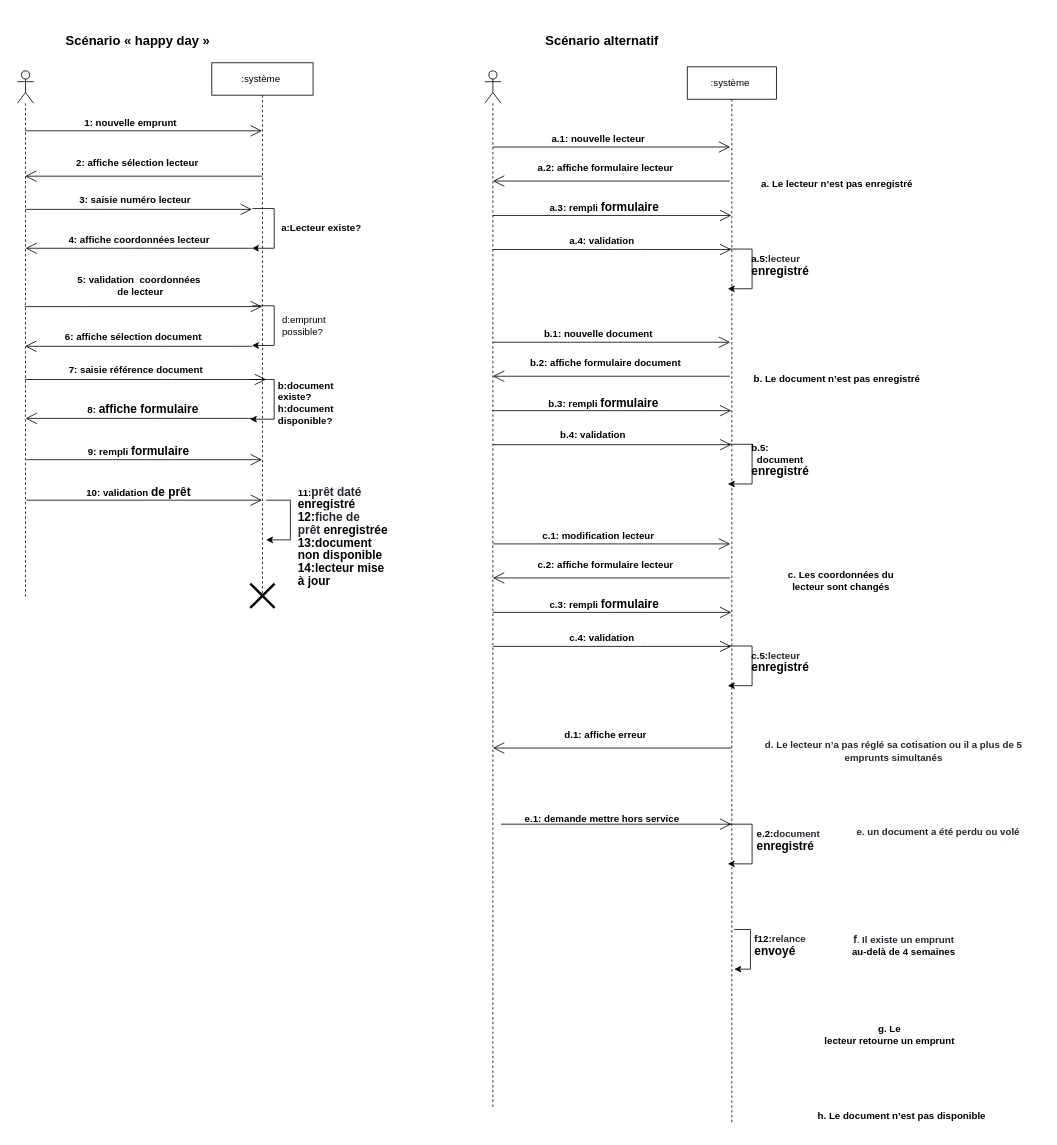
Earlier version of the draw.io diagram CDA/UML/Bibliothèque municipale/Diagramme de séquence système.drawio (BehzadNekouei/Git-mon-depot-distant). Source tidied: cells renumbered, new cells numbered last; positions are measured from the earlier drawing's top-left corner, leaving out a move shared by most shapes. Both pictures are drawn from the tidied source at 81%, with x=0, y=0 at pixel (17, 22).
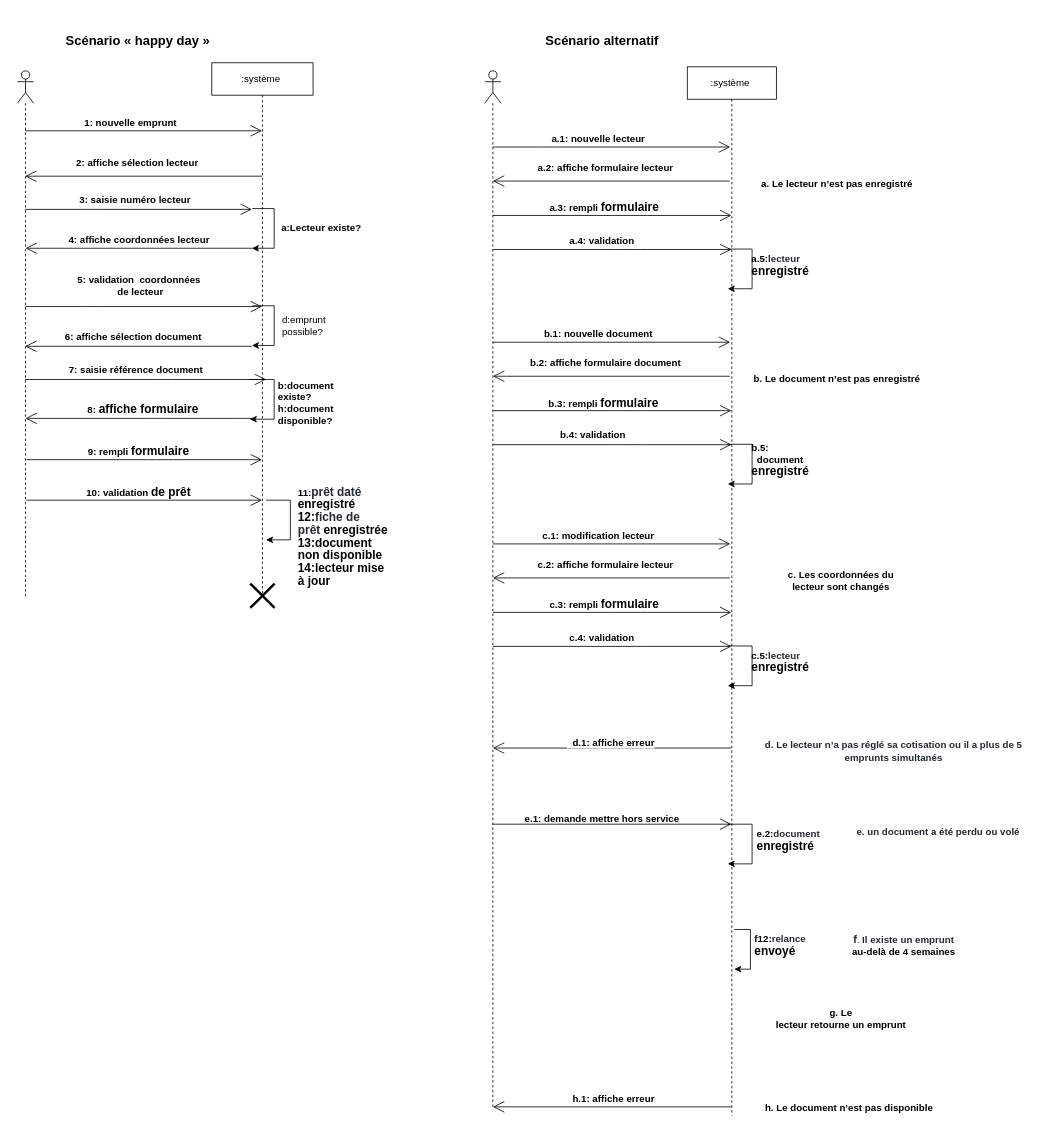
The same diagram, later.

Commit message (it also covers changes not shown here):
diagram activite added to UML folder

Unchanged cells that the change refers to:
```xml
<mxCell id="36" style="shape=umlLifeline;participant=umlActor;perimeter=lifelinePerimeter;whiteSpace=wrap;html=1;verticalAlign=top;spacingTop=36;outlineConnect=0;" parent="1" vertex="1">
  <mxGeometry x="577" y="60" width="20" height="1280" as="geometry" />
</mxCell>
```

What changed in the source:
```diff
@@
     <mxCell id="37" value=":système&amp;nbsp;" style="shape=umlLifeline;perimeter=lifelinePerimeter;whiteSpace=wrap;html=1;outlineConnect=0;size=40;" parent="1" vertex="1">
-      <mxGeometry x="827" y="55" width="110" height="1305" as="geometry" />
+      <mxGeometry x="827" y="55" width="110" height="1295" as="geometry" />
     </mxCell>
@@
-    <mxCell id="73" value="&lt;span style=&quot;background-color: rgb(255 , 255 , 255)&quot;&gt;&lt;b&gt;&lt;font style=&quot;font-size: 12px&quot;&gt;&amp;nbsp; d.1: affiche erreur&lt;/font&gt;&lt;/b&gt;&lt;/span&gt;" style="text;html=1;strokeColor=none;fillColor=none;align=center;verticalAlign=middle;whiteSpace=wrap;rounded=0;" parent="1" vertex="1">
-      <mxGeometry x="617.5" y="870" width="210" height="20" as="geometry" />
+    <mxCell id="73" value="&lt;span style=&quot;background-color: rgb(255 , 255 , 255)&quot;&gt;&lt;b&gt;&lt;font style=&quot;font-size: 12px&quot;&gt;&amp;nbsp; h.1: affiche erreur&lt;/font&gt;&lt;/b&gt;&lt;/span&gt;" style="text;html=1;strokeColor=none;fillColor=none;align=center;verticalAlign=middle;whiteSpace=wrap;rounded=0;" parent="1" vertex="1">
+      <mxGeometry x="627.5" y="1320" width="210" height="20" as="geometry" />
     </mxCell>
@@
-    <mxCell id="76" style="endArrow=open;endFill=1;endSize=12;html=1;" parent="1" edge="1" target="37">
+    <mxCell id="76" style="endArrow=open;endFill=1;endSize=12;html=1;" parent="1" edge="1" source="36" target="37">
       <mxGeometry relative="1" as="geometry">
-        <mxPoint x="597" y="990" as="sourcePoint" />
         <Array as="points">
           <mxPoint x="667.5" y="990" />
         </Array>
       </mxGeometry>
     </mxCell>
@@
     <mxCell id="82" value="&lt;p class=&quot;MsoNormal&quot;&gt;&lt;b&gt;&lt;span style=&quot;font-size: 9pt ; line-height: 107% ; font-family: &amp;#34;helvetica&amp;#34; , sans-serif&quot;&gt;h.&lt;/span&gt;&lt;/b&gt;&lt;b&gt; Le document n’est pas disponible&lt;/b&gt;&lt;/p&gt;" style="text;html=1;strokeColor=none;fillColor=none;align=center;verticalAlign=middle;whiteSpace=wrap;rounded=0;" parent="1" vertex="1">
-      <mxGeometry x="937" y="1340" width="310" height="20" as="geometry" />
+      <mxGeometry x="872" y="1330" width="310" height="20" as="geometry" />
     </mxCell>
     <mxCell id="83" value="&lt;p class=&quot;MsoNormal&quot;&gt;&lt;b&gt;g. Le&lt;br/&gt;lecteur retourne un emprunt&lt;/b&gt;&lt;/p&gt;" style="text;html=1;strokeColor=none;fillColor=none;align=center;verticalAlign=middle;whiteSpace=wrap;rounded=0;" parent="1" vertex="1">
-      <mxGeometry x="937" y="1240" width="280" height="20" as="geometry" />
+      <mxGeometry x="877" y="1220" width="280" height="20" as="geometry" />
     </mxCell>
@@
+    <mxCell id="85" style="endArrow=open;endFill=1;endSize=12;html=1;" parent="1" edge="1">
+      <mxGeometry relative="1" as="geometry">
+        <mxPoint x="881.5" y="1339" as="sourcePoint" />
+        <mxPoint x="587" y="1339" as="targetPoint" />
+      </mxGeometry>
+    </mxCell>
+    <mxCell id="86" value="&lt;span style=&quot;background-color: rgb(255 , 255 , 255)&quot;&gt;&lt;b&gt;&lt;font style=&quot;font-size: 12px&quot;&gt;&amp;nbsp; d.1: affiche erreur&lt;/font&gt;&lt;/b&gt;&lt;/span&gt;" style="text;html=1;strokeColor=none;fillColor=none;align=center;verticalAlign=middle;whiteSpace=wrap;rounded=0;" parent="1" vertex="1">
+      <mxGeometry x="627.5" y="880" width="210" height="20" as="geometry" />
+    </mxCell>
```
